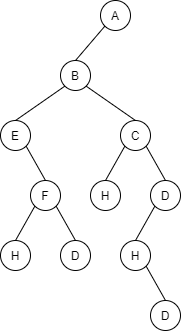
Above: 第五章-树/images/5-1-1_2.drawio.png in StarfishC/DataStructures (draw.io), before the change. Source tidied: cells renumbered, new cells last; positions are measured from the earlier drawing's top-left corner, leaving out a move shared by most shapes. Its diagram source:
```xml
<mxGraphModel>
  <root>
    <mxCell id="0" />
    <mxCell id="1" parent="0" />
    <mxCell id="2" value="A" style="ellipse;whiteSpace=wrap;html=1;" parent="1" vertex="1">
      <mxGeometry x="100" width="30" height="30" as="geometry" />
    </mxCell>
    <mxCell id="3" style="edgeStyle=none;rounded=0;orthogonalLoop=1;jettySize=auto;html=1;exitX=1;exitY=1;exitDx=0;exitDy=0;endArrow=none;endFill=0;" parent="1" edge="1">
      <mxGeometry relative="1" as="geometry">
        <mxPoint x="149.6" y="15.6" as="sourcePoint" />
        <mxPoint x="149.6" y="15.6" as="targetPoint" />
      </mxGeometry>
    </mxCell>
    <mxCell id="4" style="edgeStyle=none;rounded=0;orthogonalLoop=1;jettySize=auto;html=1;exitX=1;exitY=1;exitDx=0;exitDy=0;endArrow=none;endFill=0;" parent="1" edge="1">
      <mxGeometry relative="1" as="geometry">
        <mxPoint x="126.6" y="25.6" as="sourcePoint" />
        <mxPoint x="126.6" y="25.6" as="targetPoint" />
      </mxGeometry>
    </mxCell>
    <mxCell id="5" style="rounded=0;jettySize=auto;html=1;exitX=0;exitY=1;exitDx=0;exitDy=0;entryX=0.5;entryY=0;entryDx=0;entryDy=0;endArrow=none;endFill=0;" parent="1" edge="1" source="7" target="11">
      <mxGeometry relative="1" as="geometry" />
    </mxCell>
    <mxCell id="6" style="edgeStyle=none;rounded=0;jettySize=auto;html=1;exitX=0.5;exitY=0;exitDx=0;exitDy=0;entryX=0;entryY=1;entryDx=0;entryDy=0;endArrow=none;endFill=0;" parent="1" edge="1" source="7" target="2">
      <mxGeometry relative="1" as="geometry" />
    </mxCell>
    <mxCell id="7" value="B" style="ellipse;whiteSpace=wrap;html=1;" parent="1" vertex="1">
      <mxGeometry x="60" y="60" width="30" height="30" as="geometry" />
    </mxCell>
    <mxCell id="8" style="edgeStyle=none;rounded=0;orthogonalLoop=1;jettySize=auto;html=1;exitX=1;exitY=1;exitDx=0;exitDy=0;endArrow=none;endFill=0;" parent="1" edge="1">
      <mxGeometry relative="1" as="geometry">
        <mxPoint x="119.3" y="85.6" as="sourcePoint" />
        <mxPoint x="119.3" y="85.6" as="targetPoint" />
      </mxGeometry>
    </mxCell>
    <mxCell id="9" style="edgeStyle=none;rounded=0;orthogonalLoop=1;jettySize=auto;html=1;exitX=1;exitY=1;exitDx=0;exitDy=0;endArrow=none;endFill=0;" parent="1" edge="1">
      <mxGeometry relative="1" as="geometry">
        <mxPoint x="85.3" y="85.6" as="sourcePoint" />
        <mxPoint x="85.3" y="85.6" as="targetPoint" />
      </mxGeometry>
    </mxCell>
    <mxCell id="10" style="edgeStyle=none;rounded=0;jettySize=auto;html=1;exitX=1;exitY=1;exitDx=0;exitDy=0;entryX=0.5;entryY=0;entryDx=0;entryDy=0;endArrow=none;endFill=0;" parent="1" edge="1" source="11" target="15">
      <mxGeometry relative="1" as="geometry" />
    </mxCell>
    <mxCell id="11" value="E" style="ellipse;whiteSpace=wrap;html=1;" parent="1" vertex="1">
      <mxGeometry y="120" width="30" height="30" as="geometry" />
    </mxCell>
    <mxCell id="12" style="edgeStyle=none;rounded=0;jettySize=auto;html=1;exitX=0.5;exitY=0;exitDx=0;exitDy=0;entryX=1;entryY=1;entryDx=0;entryDy=0;endArrow=none;endFill=0;" parent="1" edge="1" source="14" target="7">
      <mxGeometry relative="1" as="geometry" />
    </mxCell>
    <mxCell id="13" style="edgeStyle=none;rounded=0;jettySize=auto;html=1;exitX=1;exitY=1;exitDx=0;exitDy=0;entryX=0.5;entryY=0;entryDx=0;entryDy=0;endArrow=none;endFill=0;" parent="1" edge="1" source="14" target="19">
      <mxGeometry relative="1" as="geometry" />
    </mxCell>
    <mxCell id="14" value="C" style="ellipse;whiteSpace=wrap;html=1;" parent="1" vertex="1">
      <mxGeometry x="120" y="120" width="30" height="30" as="geometry" />
    </mxCell>
    <mxCell id="15" value="F" style="ellipse;whiteSpace=wrap;html=1;" parent="1" vertex="1">
      <mxGeometry x="30" y="180" width="30" height="30" as="geometry" />
    </mxCell>
    <mxCell id="16" style="edgeStyle=none;rounded=0;jettySize=auto;html=1;exitX=0.5;exitY=0;exitDx=0;exitDy=0;entryX=0;entryY=1;entryDx=0;entryDy=0;endArrow=none;endFill=0;" parent="1" edge="1" source="17" target="14">
      <mxGeometry relative="1" as="geometry" />
    </mxCell>
    <mxCell id="17" value="H" style="ellipse;whiteSpace=wrap;html=1;" parent="1" vertex="1">
      <mxGeometry x="90" y="180" width="30" height="30" as="geometry" />
    </mxCell>
    <mxCell id="18" style="edgeStyle=none;rounded=0;jettySize=auto;html=1;exitX=0;exitY=1;exitDx=0;exitDy=0;entryX=0.5;entryY=0;entryDx=0;entryDy=0;endArrow=none;endFill=0;" parent="1" edge="1" source="19" target="25">
      <mxGeometry relative="1" as="geometry" />
    </mxCell>
    <mxCell id="19" value="D" style="ellipse;whiteSpace=wrap;html=1;" parent="1" vertex="1">
      <mxGeometry x="150" y="180" width="30" height="30" as="geometry" />
    </mxCell>
    <mxCell id="20" style="edgeStyle=none;rounded=0;jettySize=auto;html=1;exitX=1;exitY=1;exitDx=0;exitDy=0;entryX=0.5;entryY=0;entryDx=0;entryDy=0;endArrow=none;endFill=0;" parent="1" edge="1" target="23">
      <mxGeometry relative="1" as="geometry">
        <mxPoint x="55.6" y="205.6" as="sourcePoint" />
      </mxGeometry>
    </mxCell>
    <mxCell id="21" style="edgeStyle=none;rounded=0;jettySize=auto;html=1;exitX=0.5;exitY=0;exitDx=0;exitDy=0;entryX=0;entryY=1;entryDx=0;entryDy=0;endArrow=none;endFill=0;" parent="1" edge="1" source="22">
      <mxGeometry relative="1" as="geometry">
        <mxPoint x="34.4" y="205.6" as="targetPoint" />
      </mxGeometry>
    </mxCell>
    <mxCell id="22" value="H" style="ellipse;whiteSpace=wrap;html=1;" parent="1" vertex="1">
      <mxGeometry y="240" width="30" height="30" as="geometry" />
    </mxCell>
    <mxCell id="23" value="D" style="ellipse;whiteSpace=wrap;html=1;" parent="1" vertex="1">
      <mxGeometry x="60" y="240" width="30" height="30" as="geometry" />
    </mxCell>
    <mxCell id="24" style="edgeStyle=none;rounded=0;jettySize=auto;html=1;exitX=1;exitY=1;exitDx=0;exitDy=0;entryX=0.5;entryY=0;entryDx=0;entryDy=0;endArrow=none;endFill=0;" parent="1" edge="1" source="25" target="26">
      <mxGeometry relative="1" as="geometry" />
    </mxCell>
    <mxCell id="25" value="H" style="ellipse;whiteSpace=wrap;html=1;" parent="1" vertex="1">
      <mxGeometry x="120" y="240" width="30" height="30" as="geometry" />
    </mxCell>
    <mxCell id="26" value="D" style="ellipse;whiteSpace=wrap;html=1;" parent="1" vertex="1">
      <mxGeometry x="150" y="300" width="30" height="30" as="geometry" />
    </mxCell>
  </root>
</mxGraphModel>
```
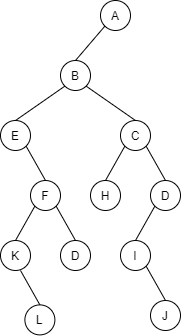
Later version of the same file.

What changed in the source:
```diff
@@ -78,7 +78,7 @@
         <mxPoint x="34.4" y="205.6" as="targetPoint" />
       </mxGeometry>
     </mxCell>
-    <mxCell id="22" value="H" style="ellipse;whiteSpace=wrap;html=1;" parent="1" vertex="1">
+    <mxCell id="22" value="K" style="ellipse;whiteSpace=wrap;html=1;" parent="1" vertex="1">
       <mxGeometry y="240" width="30" height="30" as="geometry" />
     </mxCell>
     <mxCell id="23" value="D" style="ellipse;whiteSpace=wrap;html=1;" parent="1" vertex="1">
@@ -87,11 +87,19 @@
     <mxCell id="24" style="edgeStyle=none;rounded=0;jettySize=auto;html=1;exitX=1;exitY=1;exitDx=0;exitDy=0;entryX=0.5;entryY=0;entryDx=0;entryDy=0;endArrow=none;endFill=0;" parent="1" edge="1" source="25" target="26">
       <mxGeometry relative="1" as="geometry" />
     </mxCell>
-    <mxCell id="25" value="H" style="ellipse;whiteSpace=wrap;html=1;" parent="1" vertex="1">
+    <mxCell id="25" value="I" style="ellipse;whiteSpace=wrap;html=1;" parent="1" vertex="1">
       <mxGeometry x="120" y="240" width="30" height="30" as="geometry" />
     </mxCell>
-    <mxCell id="26" value="D" style="ellipse;whiteSpace=wrap;html=1;" parent="1" vertex="1">
+    <mxCell id="26" value="J" style="ellipse;whiteSpace=wrap;html=1;" parent="1" vertex="1">
       <mxGeometry x="150" y="300" width="30" height="30" as="geometry" />
     </mxCell>
+    <mxCell id="27" style="edgeStyle=none;rounded=0;jettySize=auto;html=1;exitX=1;exitY=1;exitDx=0;exitDy=0;entryX=0.5;entryY=0;entryDx=0;entryDy=0;endArrow=none;endFill=0;" parent="1" edge="1" target="28">
+      <mxGeometry relative="1" as="geometry">
+        <mxPoint x="20" y="270" as="sourcePoint" />
+      </mxGeometry>
+    </mxCell>
+    <mxCell id="28" value="L" style="ellipse;whiteSpace=wrap;html=1;" parent="1" vertex="1">
+      <mxGeometry x="24.4" y="304.4" width="30" height="30" as="geometry" />
+    </mxCell>
   </root>
 </mxGraphModel>
```
